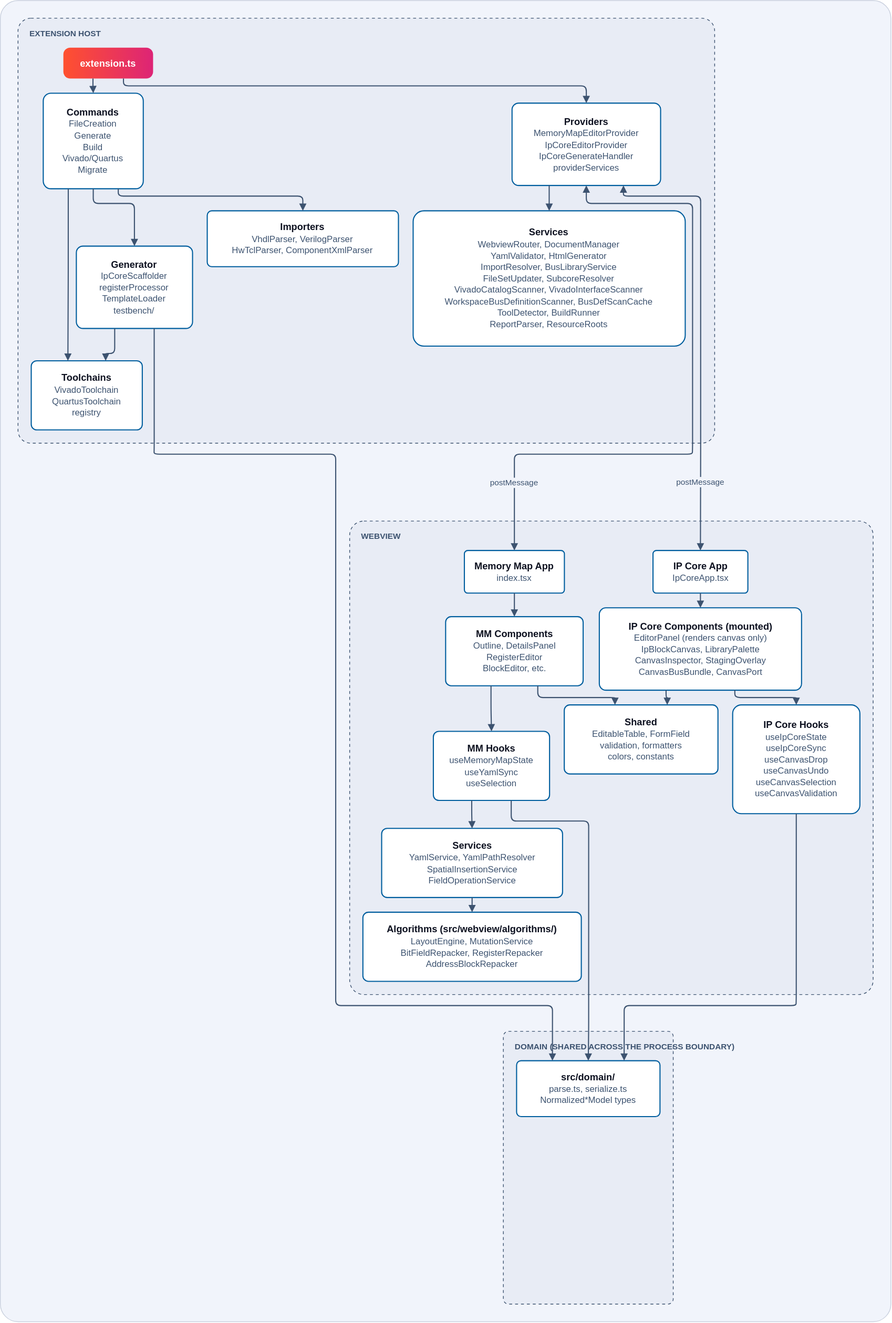
bleviet/ipcraft-vscode keeps this draw.io diagram as docs/images/diagrams/architecture-overview-1.drawio.svg. Above is the earlier version. Source tidied: cells renumbered, new cells last; positions are measured from the earlier drawing's top-left corner, leaving out a move shared by most shapes.
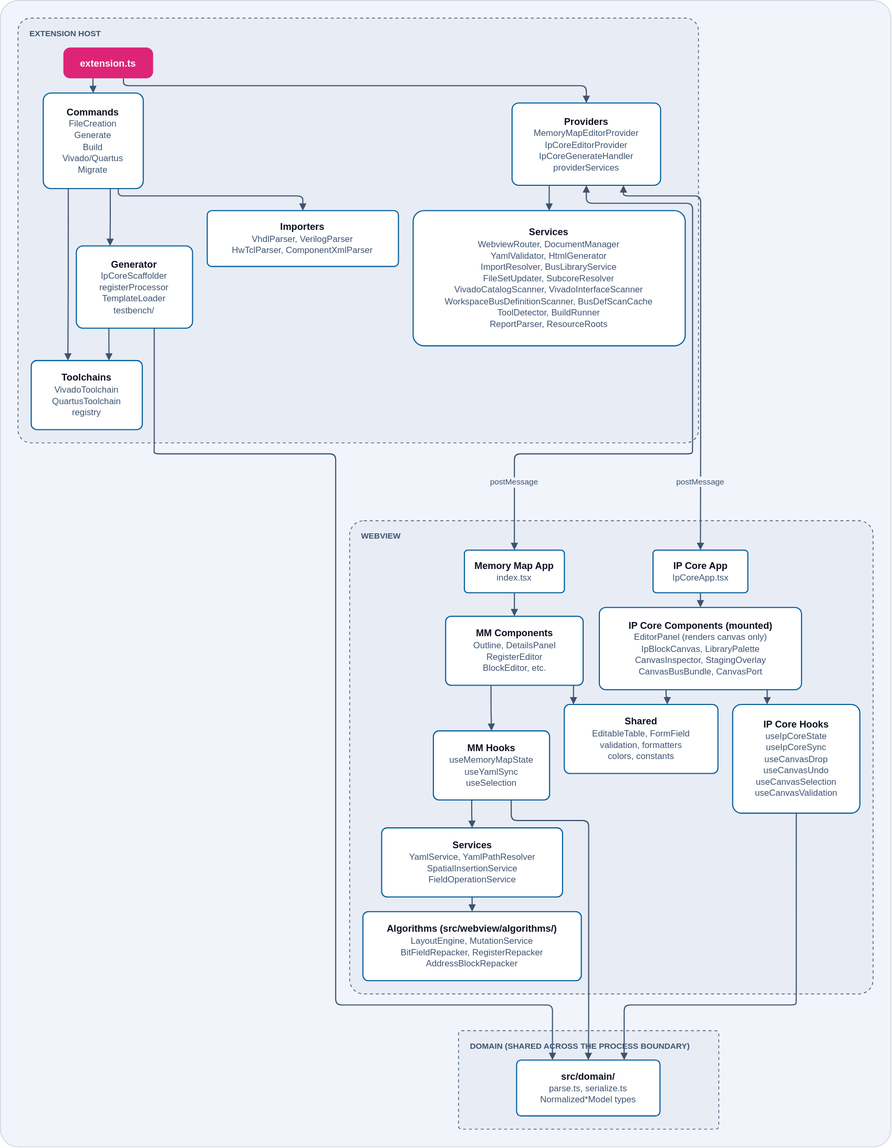
Later version of the same file.

What changed in the source:
```diff
@@ -5,3 +5,3 @@
     <mxCell id="2" style="rounded=1;arcSize=2;absoluteArcSize=0;fillColor=#f1f4fb;strokeColor=#c9d0de;" parent="1" vertex="1">
-      <mxGeometry width="1211" height="1797" as="geometry" />
+      <mxGeometry width="1211" height="1560" as="geometry" />
     </mxCell>
@@ -9,6 +9,6 @@
     <mxCell id="4" value="EXTENSION HOST" style="rounded=1;arcSize=3;dashed=1;dashPattern=4 4;fillColor=#e8ecf5;strokeColor=#3d5370;verticalAlign=top;align=left;spacingLeft=14;spacingTop=8;fontFamily=Space Grotesk, Helvetica, Arial, sans-serif;fontStyle=1;fontSize=11;fontColor=#3d5370;" parent="3" vertex="1">
-      <mxGeometry x="24" y="24" width="947.3" height="578" as="geometry" />
+      <mxGeometry x="24" y="24" width="925.3" height="578" as="geometry" />
     </mxCell>
     <mxCell id="5" value="DOMAIN (SHARED ACROSS THE PROCESS BOUNDARY)" style="rounded=1;arcSize=3;dashed=1;dashPattern=4 4;fillColor=#e8ecf5;strokeColor=#3d5370;verticalAlign=top;align=left;spacingLeft=14;spacingTop=8;fontFamily=Space Grotesk, Helvetica, Arial, sans-serif;fontStyle=1;fontSize=11;fontColor=#3d5370;" parent="3" vertex="1">
-      <mxGeometry x="684" y="1402" width="231" height="371" as="geometry" />
+      <mxGeometry x="623" y="1402" width="354" height="134" as="geometry" />
     </mxCell>
@@ -17,3 +17,3 @@
     </mxCell>
-    <mxCell id="7" value="extension.ts" style="fontFamily=Manrope, Helvetica, Arial, sans-serif;fontSize=13;fontColor=#0d1120;strokeWidth=1.5;rounded=1;arcSize=22;fillColor=#ff512f;gradientColor=#dd2476;gradientDirection=east;strokeColor=none;fontColor=#ffffff;fontStyle=1;" parent="3" vertex="1">
+    <mxCell id="7" value="extension.ts" style="fontFamily=Manrope, Helvetica, Arial, sans-serif;fontSize=13;fontColor=#0d1120;strokeWidth=1.5;rounded=1;arcSize=22;fillColor=#dd2476;strokeColor=none;fontColor=#ffffff;fontStyle=1;" parent="3" vertex="1">
       <mxGeometry x="85.7" y="64" width="122" height="42" as="geometry" />
@@ -68,3 +68,3 @@
     </mxCell>
-    <mxCell id="24" style="edgeStyle=orthogonalEdgeStyle;rounded=1;arcSize=14;strokeColor=#3d5370;strokeWidth=1.5;endArrow=block;endFill=1;endSize=6;fontFamily=Manrope, Helvetica, Arial, sans-serif;fontSize=11;fontColor=#3d5370;labelBackgroundColor=#f1f4fb;exitX=0.67;exitY=1;exitDx=0;exitDy=0;entryX=0.5;entryY=0;entryDx=0;entryDy=0;" parent="3" edge="1" source="7" target="8">
+    <mxCell id="24" style="edgeStyle=orthogonalEdgeStyle;rounded=1;arcSize=16;html=0;strokeColor=#3d5370;strokeWidth=1.5;endArrow=block;endFill=1;endSize=6;fontFamily=Manrope, Helvetica, Arial, sans-serif;fontSize=11;fontColor=#3d5370;labelBackgroundColor=#f1f4fb;exitX=0.67;exitY=1;exitDx=0;exitDy=0;entryX=0.5;entryY=0;entryDx=0;entryDy=0;" parent="3" edge="1" source="7" target="8">
       <mxGeometry relative="1" as="geometry">
@@ -76,6 +76,6 @@
     </mxCell>
-    <mxCell id="25" style="edgeStyle=orthogonalEdgeStyle;rounded=1;arcSize=14;strokeColor=#3d5370;strokeWidth=1.5;endArrow=block;endFill=1;endSize=6;fontFamily=Manrope, Helvetica, Arial, sans-serif;fontSize=11;fontColor=#3d5370;labelBackgroundColor=#f1f4fb;exitX=0.33;exitY=1;exitDx=0;exitDy=0;entryX=0.5;entryY=0;entryDx=0;entryDy=0;" parent="3" edge="1" source="7" target="10">
+    <mxCell id="25" style="edgeStyle=orthogonalEdgeStyle;rounded=1;arcSize=16;html=0;strokeColor=#3d5370;strokeWidth=1.5;endArrow=block;endFill=1;endSize=6;fontFamily=Manrope, Helvetica, Arial, sans-serif;fontSize=11;fontColor=#3d5370;labelBackgroundColor=#f1f4fb;exitX=0.33;exitY=1;exitDx=0;exitDy=0;entryX=0.5;entryY=0;entryDx=0;entryDy=0;" parent="3" edge="1" source="7" target="10">
       <mxGeometry relative="1" as="geometry" />
     </mxCell>
-    <mxCell id="26" value="postMessage" style="edgeStyle=orthogonalEdgeStyle;rounded=1;arcSize=14;strokeColor=#3d5370;strokeWidth=1.5;endArrow=block;endFill=1;endSize=6;startArrow=block;startFill=1;startSize=6;fontFamily=Manrope, Helvetica, Arial, sans-serif;fontSize=11;fontColor=#3d5370;labelBackgroundColor=#f1f4fb;exitX=0.5;exitY=1;exitDx=0;exitDy=0;entryX=0.5;entryY=0;entryDx=0;entryDy=0;" parent="3" edge="1" source="8" target="15">
+    <mxCell id="26" value="postMessage" style="edgeStyle=orthogonalEdgeStyle;rounded=1;arcSize=16;html=0;strokeColor=#3d5370;strokeWidth=1.5;endArrow=block;endFill=1;endSize=6;startArrow=block;startFill=1;startSize=6;fontFamily=Manrope, Helvetica, Arial, sans-serif;fontSize=11;fontColor=#3d5370;labelBackgroundColor=#f1f4fb;exitX=0.5;exitY=1;exitDx=0;exitDy=0;entryX=0.5;entryY=0;entryDx=0;entryDy=0;" parent="3" edge="1" source="8" target="15">
       <mxGeometry x="0.79" relative="1" as="geometry">
@@ -90,3 +90,3 @@
     </mxCell>
-    <mxCell id="27" value="postMessage" style="edgeStyle=orthogonalEdgeStyle;rounded=1;arcSize=14;strokeColor=#3d5370;strokeWidth=1.5;endArrow=block;endFill=1;endSize=6;startArrow=block;startFill=1;startSize=6;fontFamily=Manrope, Helvetica, Arial, sans-serif;fontSize=11;fontColor=#3d5370;labelBackgroundColor=#f1f4fb;exitX=0.75;exitY=1;exitDx=0;exitDy=0;entryX=0.5;entryY=0;entryDx=0;entryDy=0;" parent="3" edge="1" source="8" target="16">
+    <mxCell id="27" value="postMessage" style="edgeStyle=orthogonalEdgeStyle;rounded=1;arcSize=16;html=0;strokeColor=#3d5370;strokeWidth=1.5;endArrow=block;endFill=1;endSize=6;startArrow=block;startFill=1;startSize=6;fontFamily=Manrope, Helvetica, Arial, sans-serif;fontSize=11;fontColor=#3d5370;labelBackgroundColor=#f1f4fb;exitX=0.75;exitY=1;exitDx=0;exitDy=0;entryX=0.5;entryY=0;entryDx=0;entryDy=0;" parent="3" edge="1" source="8" target="16">
       <mxGeometry x="0.69" relative="1" as="geometry">
@@ -99,14 +99,9 @@
     </mxCell>
-    <mxCell id="28" style="edgeStyle=orthogonalEdgeStyle;rounded=1;arcSize=14;strokeColor=#3d5370;strokeWidth=1.5;endArrow=block;endFill=1;endSize=6;fontFamily=Manrope, Helvetica, Arial, sans-serif;fontSize=11;fontColor=#3d5370;labelBackgroundColor=#f1f4fb;exitX=0.25;exitY=1;exitDx=0;exitDy=0;entryX=0.5;entryY=0;entryDx=0;entryDy=0;" parent="3" edge="1" source="8" target="9">
+    <mxCell id="28" style="edgeStyle=orthogonalEdgeStyle;rounded=1;arcSize=16;html=0;strokeColor=#3d5370;strokeWidth=1.5;endArrow=block;endFill=1;endSize=6;fontFamily=Manrope, Helvetica, Arial, sans-serif;fontSize=11;fontColor=#3d5370;labelBackgroundColor=#f1f4fb;exitX=0.25;exitY=1;exitDx=0;exitDy=0;entryX=0.5;entryY=0;entryDx=0;entryDy=0;" parent="3" edge="1" source="8" target="9">
       <mxGeometry relative="1" as="geometry" />
     </mxCell>
-    <mxCell id="29" style="edgeStyle=orthogonalEdgeStyle;rounded=1;arcSize=14;strokeColor=#3d5370;strokeWidth=1.5;endArrow=block;endFill=1;endSize=6;fontFamily=Manrope, Helvetica, Arial, sans-serif;fontSize=11;fontColor=#3d5370;labelBackgroundColor=#f1f4fb;exitX=0.5;exitY=1;exitDx=0;exitDy=0;entryX=0.5;entryY=0;entryDx=0;entryDy=0;" parent="3" edge="1" source="10" target="11">
-      <mxGeometry relative="1" as="geometry">
-        <Array as="points">
-          <mxPoint x="126.3" y="276" />
-          <mxPoint x="182.3" y="276" />
-        </Array>
-      </mxGeometry>
+    <mxCell id="29" style="edgeStyle=orthogonalEdgeStyle;rounded=1;arcSize=16;html=0;strokeColor=#3d5370;strokeWidth=1.5;endArrow=block;endFill=1;endSize=6;fontFamily=Manrope, Helvetica, Arial, sans-serif;fontSize=11;fontColor=#3d5370;labelBackgroundColor=#f1f4fb;exitX=0.67;exitY=1;exitDx=0;exitDy=0;entryX=0.29;entryY=0;entryDx=0;entryDy=0;" parent="3" edge="1" source="10" target="11">
+      <mxGeometry relative="1" as="geometry" />
     </mxCell>
-    <mxCell id="30" style="edgeStyle=orthogonalEdgeStyle;rounded=1;arcSize=14;strokeColor=#3d5370;strokeWidth=1.5;endArrow=block;endFill=1;endSize=6;fontFamily=Manrope, Helvetica, Arial, sans-serif;fontSize=11;fontColor=#3d5370;labelBackgroundColor=#f1f4fb;exitX=0.75;exitY=1;exitDx=0;exitDy=0;entryX=0.5;entryY=0;entryDx=0;entryDy=0;" parent="3" edge="1" source="10" target="13">
+    <mxCell id="30" style="edgeStyle=orthogonalEdgeStyle;rounded=1;arcSize=16;html=0;strokeColor=#3d5370;strokeWidth=1.5;endArrow=block;endFill=1;endSize=6;fontFamily=Manrope, Helvetica, Arial, sans-serif;fontSize=11;fontColor=#3d5370;labelBackgroundColor=#f1f4fb;exitX=0.75;exitY=1;exitDx=0;exitDy=0;entryX=0.5;entryY=0;entryDx=0;entryDy=0;" parent="3" edge="1" source="10" target="13">
       <mxGeometry relative="1" as="geometry">
@@ -118,14 +113,9 @@
     </mxCell>
-    <mxCell id="31" style="edgeStyle=orthogonalEdgeStyle;rounded=1;arcSize=14;strokeColor=#3d5370;strokeWidth=1.5;endArrow=block;endFill=1;endSize=6;fontFamily=Manrope, Helvetica, Arial, sans-serif;fontSize=11;fontColor=#3d5370;labelBackgroundColor=#f1f4fb;exitX=0.25;exitY=1;exitDx=0;exitDy=0;entryX=0.33;entryY=0;entryDx=0;entryDy=0;" parent="3" edge="1" source="10" target="12">
+    <mxCell id="31" style="edgeStyle=orthogonalEdgeStyle;rounded=1;arcSize=16;html=0;strokeColor=#3d5370;strokeWidth=1.5;endArrow=block;endFill=1;endSize=6;fontFamily=Manrope, Helvetica, Arial, sans-serif;fontSize=11;fontColor=#3d5370;labelBackgroundColor=#f1f4fb;exitX=0.25;exitY=1;exitDx=0;exitDy=0;entryX=0.33;entryY=0;entryDx=0;entryDy=0;" parent="3" edge="1" source="10" target="12">
       <mxGeometry relative="1" as="geometry" />
     </mxCell>
-    <mxCell id="32" style="edgeStyle=orthogonalEdgeStyle;rounded=1;arcSize=14;strokeColor=#3d5370;strokeWidth=1.5;endArrow=block;endFill=1;endSize=6;fontFamily=Manrope, Helvetica, Arial, sans-serif;fontSize=11;fontColor=#3d5370;labelBackgroundColor=#f1f4fb;exitX=0.33;exitY=1;exitDx=0;exitDy=0;entryX=0.67;entryY=0;entryDx=0;entryDy=0;" parent="3" edge="1" source="11" target="12">
-      <mxGeometry relative="1" as="geometry">
-        <Array as="points">
-          <mxPoint x="156" y="480" />
-          <mxPoint x="142.7" y="480" />
-        </Array>
-      </mxGeometry>
+    <mxCell id="32" style="edgeStyle=orthogonalEdgeStyle;rounded=1;arcSize=16;html=0;strokeColor=#3d5370;strokeWidth=1.5;endArrow=block;endFill=1;endSize=6;fontFamily=Manrope, Helvetica, Arial, sans-serif;fontSize=11;fontColor=#3d5370;labelBackgroundColor=#f1f4fb;exitX=0.28;exitY=1;exitDx=0;exitDy=0;entryX=0.7;entryY=0;entryDx=0;entryDy=0;" parent="3" edge="1" source="11" target="12">
+      <mxGeometry relative="1" as="geometry" />
     </mxCell>
-    <mxCell id="33" style="edgeStyle=orthogonalEdgeStyle;rounded=1;arcSize=14;strokeColor=#3d5370;strokeWidth=1.5;endArrow=block;endFill=1;endSize=6;fontFamily=Manrope, Helvetica, Arial, sans-serif;fontSize=11;fontColor=#3d5370;labelBackgroundColor=#f1f4fb;exitX=0.67;exitY=1;exitDx=0;exitDy=0;entryX=0.25;entryY=0;entryDx=0;entryDy=0;" parent="3" edge="1" source="11" target="14">
+    <mxCell id="33" style="edgeStyle=orthogonalEdgeStyle;rounded=1;arcSize=16;html=0;strokeColor=#3d5370;strokeWidth=1.5;endArrow=block;endFill=1;endSize=6;fontFamily=Manrope, Helvetica, Arial, sans-serif;fontSize=11;fontColor=#3d5370;labelBackgroundColor=#f1f4fb;exitX=0.67;exitY=1;exitDx=0;exitDy=0;entryX=0.25;entryY=0;entryDx=0;entryDy=0;" parent="3" edge="1" source="11" target="14">
       <mxGeometry relative="1" as="geometry">
@@ -141,15 +131,15 @@
     </mxCell>
-    <mxCell id="34" style="edgeStyle=orthogonalEdgeStyle;rounded=1;arcSize=14;strokeColor=#3d5370;strokeWidth=1.5;endArrow=block;endFill=1;endSize=6;fontFamily=Manrope, Helvetica, Arial, sans-serif;fontSize=11;fontColor=#3d5370;labelBackgroundColor=#f1f4fb;exitX=0.5;exitY=1;exitDx=0;exitDy=0;entryX=0.5;entryY=0;entryDx=0;entryDy=0;" parent="3" edge="1" source="15" target="17">
+    <mxCell id="34" style="edgeStyle=orthogonalEdgeStyle;rounded=1;arcSize=16;html=0;strokeColor=#3d5370;strokeWidth=1.5;endArrow=block;endFill=1;endSize=6;fontFamily=Manrope, Helvetica, Arial, sans-serif;fontSize=11;fontColor=#3d5370;labelBackgroundColor=#f1f4fb;exitX=0.5;exitY=1;exitDx=0;exitDy=0;entryX=0.5;entryY=0;entryDx=0;entryDy=0;" parent="3" edge="1" source="15" target="17">
       <mxGeometry relative="1" as="geometry" />
     </mxCell>
-    <mxCell id="35" style="edgeStyle=orthogonalEdgeStyle;rounded=1;arcSize=14;strokeColor=#3d5370;strokeWidth=1.5;endArrow=block;endFill=1;endSize=6;fontFamily=Manrope, Helvetica, Arial, sans-serif;fontSize=11;fontColor=#3d5370;labelBackgroundColor=#f1f4fb;exitX=0.33;exitY=1;exitDx=0;exitDy=0;entryX=0.5;entryY=0;entryDx=0;entryDy=0;" parent="3" edge="1" source="17" target="19">
+    <mxCell id="35" style="edgeStyle=orthogonalEdgeStyle;rounded=1;arcSize=16;html=0;strokeColor=#3d5370;strokeWidth=1.5;endArrow=block;endFill=1;endSize=6;fontFamily=Manrope, Helvetica, Arial, sans-serif;fontSize=11;fontColor=#3d5370;labelBackgroundColor=#f1f4fb;exitX=0.33;exitY=1;exitDx=0;exitDy=0;entryX=0.5;entryY=0;entryDx=0;entryDy=0;" parent="3" edge="1" source="17" target="19">
       <mxGeometry relative="1" as="geometry" />
     </mxCell>
-    <mxCell id="36" style="edgeStyle=orthogonalEdgeStyle;rounded=1;arcSize=14;strokeColor=#3d5370;strokeWidth=1.5;endArrow=block;endFill=1;endSize=6;fontFamily=Manrope, Helvetica, Arial, sans-serif;fontSize=11;fontColor=#3d5370;labelBackgroundColor=#f1f4fb;exitX=0.33;exitY=1;exitDx=0;exitDy=0;entryX=0.5;entryY=0;entryDx=0;entryDy=0;" parent="3" edge="1" source="19" target="21">
+    <mxCell id="36" style="edgeStyle=orthogonalEdgeStyle;rounded=1;arcSize=16;html=0;strokeColor=#3d5370;strokeWidth=1.5;endArrow=block;endFill=1;endSize=6;fontFamily=Manrope, Helvetica, Arial, sans-serif;fontSize=11;fontColor=#3d5370;labelBackgroundColor=#f1f4fb;exitX=0.33;exitY=1;exitDx=0;exitDy=0;entryX=0.5;entryY=0;entryDx=0;entryDy=0;" parent="3" edge="1" source="19" target="21">
       <mxGeometry relative="1" as="geometry" />
     </mxCell>
-    <mxCell id="37" style="edgeStyle=orthogonalEdgeStyle;rounded=1;arcSize=14;strokeColor=#3d5370;strokeWidth=1.5;endArrow=block;endFill=1;endSize=6;fontFamily=Manrope, Helvetica, Arial, sans-serif;fontSize=11;fontColor=#3d5370;labelBackgroundColor=#f1f4fb;exitX=0.5;exitY=1;exitDx=0;exitDy=0;entryX=0.5;entryY=0;entryDx=0;entryDy=0;" parent="3" edge="1" source="21" target="22">
+    <mxCell id="37" style="edgeStyle=orthogonalEdgeStyle;rounded=1;arcSize=16;html=0;strokeColor=#3d5370;strokeWidth=1.5;endArrow=block;endFill=1;endSize=6;fontFamily=Manrope, Helvetica, Arial, sans-serif;fontSize=11;fontColor=#3d5370;labelBackgroundColor=#f1f4fb;exitX=0.5;exitY=1;exitDx=0;exitDy=0;entryX=0.5;entryY=0;entryDx=0;entryDy=0;" parent="3" edge="1" source="21" target="22">
       <mxGeometry relative="1" as="geometry" />
     </mxCell>
-    <mxCell id="38" style="edgeStyle=orthogonalEdgeStyle;rounded=1;arcSize=14;strokeColor=#3d5370;strokeWidth=1.5;endArrow=block;endFill=1;endSize=6;fontFamily=Manrope, Helvetica, Arial, sans-serif;fontSize=11;fontColor=#3d5370;labelBackgroundColor=#f1f4fb;exitX=0.67;exitY=1;exitDx=0;exitDy=0;entryX=0.5;entryY=0;entryDx=0;entryDy=0;" parent="3" edge="1" source="19" target="14">
+    <mxCell id="38" style="edgeStyle=orthogonalEdgeStyle;rounded=1;arcSize=16;html=0;strokeColor=#3d5370;strokeWidth=1.5;endArrow=block;endFill=1;endSize=6;fontFamily=Manrope, Helvetica, Arial, sans-serif;fontSize=11;fontColor=#3d5370;labelBackgroundColor=#f1f4fb;exitX=0.67;exitY=1;exitDx=0;exitDy=0;entryX=0.5;entryY=0;entryDx=0;entryDy=0;" parent="3" edge="1" source="19" target="14">
       <mxGeometry relative="1" as="geometry">
@@ -162,14 +152,9 @@
     </mxCell>
-    <mxCell id="39" style="edgeStyle=orthogonalEdgeStyle;rounded=1;arcSize=14;strokeColor=#3d5370;strokeWidth=1.5;endArrow=block;endFill=1;endSize=6;fontFamily=Manrope, Helvetica, Arial, sans-serif;fontSize=11;fontColor=#3d5370;labelBackgroundColor=#f1f4fb;exitX=0.5;exitY=1;exitDx=0;exitDy=0;entryX=0.5;entryY=0;entryDx=0;entryDy=0;" parent="3" edge="1" source="16" target="18">
+    <mxCell id="39" style="edgeStyle=orthogonalEdgeStyle;rounded=1;arcSize=16;html=0;strokeColor=#3d5370;strokeWidth=1.5;endArrow=block;endFill=1;endSize=6;fontFamily=Manrope, Helvetica, Arial, sans-serif;fontSize=11;fontColor=#3d5370;labelBackgroundColor=#f1f4fb;exitX=0.5;exitY=1;exitDx=0;exitDy=0;entryX=0.5;entryY=0;entryDx=0;entryDy=0;" parent="3" edge="1" source="16" target="18">
       <mxGeometry relative="1" as="geometry" />
     </mxCell>
-    <mxCell id="40" style="edgeStyle=orthogonalEdgeStyle;rounded=1;arcSize=14;strokeColor=#3d5370;strokeWidth=1.5;endArrow=block;endFill=1;endSize=6;fontFamily=Manrope, Helvetica, Arial, sans-serif;fontSize=11;fontColor=#3d5370;labelBackgroundColor=#f1f4fb;exitX=0.67;exitY=1;exitDx=0;exitDy=0;entryX=0.5;entryY=0;entryDx=0;entryDy=0;" parent="3" edge="1" source="18" target="20">
-      <mxGeometry relative="1" as="geometry">
-        <Array as="points">
-          <mxPoint x="997.8" y="948" />
-          <mxPoint x="1082.3" y="948" />
-        </Array>
-      </mxGeometry>
+    <mxCell id="40" style="edgeStyle=orthogonalEdgeStyle;rounded=1;arcSize=16;html=0;strokeColor=#3d5370;strokeWidth=1.5;endArrow=block;endFill=1;endSize=6;fontFamily=Manrope, Helvetica, Arial, sans-serif;fontSize=11;fontColor=#3d5370;labelBackgroundColor=#f1f4fb;exitX=0.83;exitY=1;exitDx=0;exitDy=0;entryX=0.27;entryY=0;entryDx=0;entryDy=0;" parent="3" edge="1" source="18" target="20">
+      <mxGeometry relative="1" as="geometry" />
     </mxCell>
-    <mxCell id="41" style="edgeStyle=orthogonalEdgeStyle;rounded=1;arcSize=14;strokeColor=#3d5370;strokeWidth=1.5;endArrow=block;endFill=1;endSize=6;fontFamily=Manrope, Helvetica, Arial, sans-serif;fontSize=11;fontColor=#3d5370;labelBackgroundColor=#f1f4fb;exitX=0.5;exitY=1;exitDx=0;exitDy=0;entryX=0.75;entryY=0;entryDx=0;entryDy=0;" parent="3" edge="1" source="20" target="14">
+    <mxCell id="41" style="edgeStyle=orthogonalEdgeStyle;rounded=1;arcSize=16;html=0;strokeColor=#3d5370;strokeWidth=1.5;endArrow=block;endFill=1;endSize=6;fontFamily=Manrope, Helvetica, Arial, sans-serif;fontSize=11;fontColor=#3d5370;labelBackgroundColor=#f1f4fb;exitX=0.5;exitY=1;exitDx=0;exitDy=0;entryX=0.75;entryY=0;entryDx=0;entryDy=0;" parent="3" edge="1" source="20" target="14">
       <mxGeometry relative="1" as="geometry">
@@ -183,11 +168,6 @@
     </mxCell>
-    <mxCell id="42" style="edgeStyle=orthogonalEdgeStyle;rounded=1;arcSize=14;strokeColor=#3d5370;strokeWidth=1.5;endArrow=block;endFill=1;endSize=6;fontFamily=Manrope, Helvetica, Arial, sans-serif;fontSize=11;fontColor=#3d5370;labelBackgroundColor=#f1f4fb;exitX=0.67;exitY=1;exitDx=0;exitDy=0;entryX=0.33;entryY=0;entryDx=0;entryDy=0;" parent="3" edge="1" source="17" target="23">
-      <mxGeometry relative="1" as="geometry">
-        <Array as="points">
-          <mxPoint x="730.2" y="948" />
-          <mxPoint x="836.5" y="948" />
-        </Array>
-      </mxGeometry>
+    <mxCell id="42" style="edgeStyle=orthogonalEdgeStyle;rounded=1;arcSize=16;html=0;strokeColor=#3d5370;strokeWidth=1.5;endArrow=block;endFill=1;endSize=6;fontFamily=Manrope, Helvetica, Arial, sans-serif;fontSize=11;fontColor=#3d5370;labelBackgroundColor=#f1f4fb;exitX=0.93;exitY=1;exitDx=0;exitDy=0;entryX=0.06;entryY=0;entryDx=0;entryDy=0;" parent="3" edge="1" source="17" target="23">
+      <mxGeometry relative="1" as="geometry" />
     </mxCell>
-    <mxCell id="43" style="edgeStyle=orthogonalEdgeStyle;rounded=1;arcSize=14;strokeColor=#3d5370;strokeWidth=1.5;endArrow=block;endFill=1;endSize=6;fontFamily=Manrope, Helvetica, Arial, sans-serif;fontSize=11;fontColor=#3d5370;labelBackgroundColor=#f1f4fb;exitX=0.33;exitY=1;exitDx=0;exitDy=0;entryX=0.67;entryY=0;entryDx=0;entryDy=0;" parent="3" edge="1" source="18" target="23">
+    <mxCell id="43" style="edgeStyle=orthogonalEdgeStyle;rounded=1;arcSize=16;html=0;strokeColor=#3d5370;strokeWidth=1.5;endArrow=block;endFill=1;endSize=6;fontFamily=Manrope, Helvetica, Arial, sans-serif;fontSize=11;fontColor=#3d5370;labelBackgroundColor=#f1f4fb;exitX=0.33;exitY=1;exitDx=0;exitDy=0;entryX=0.67;entryY=0;entryDx=0;entryDy=0;" parent="3" edge="1" source="18" target="23">
       <mxGeometry relative="1" as="geometry" />
```
